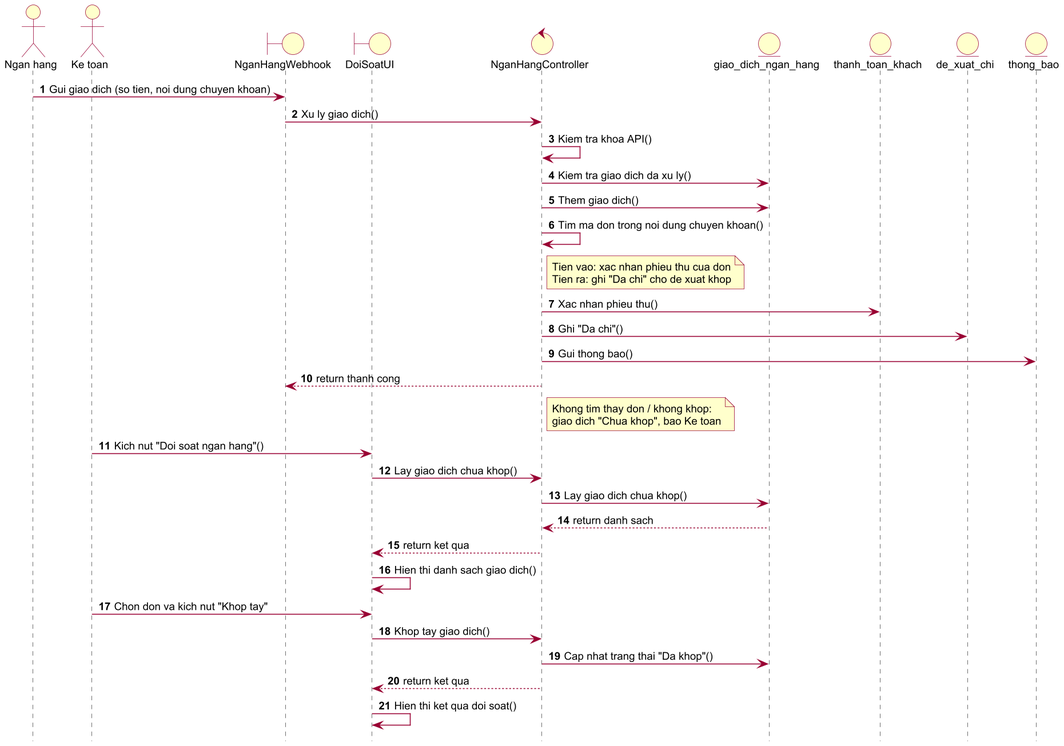
This is _hinh/puml_rose/png/seq_doi_soat.png from simunaroo/ERP, a PlantUML export, as it was before one commit.
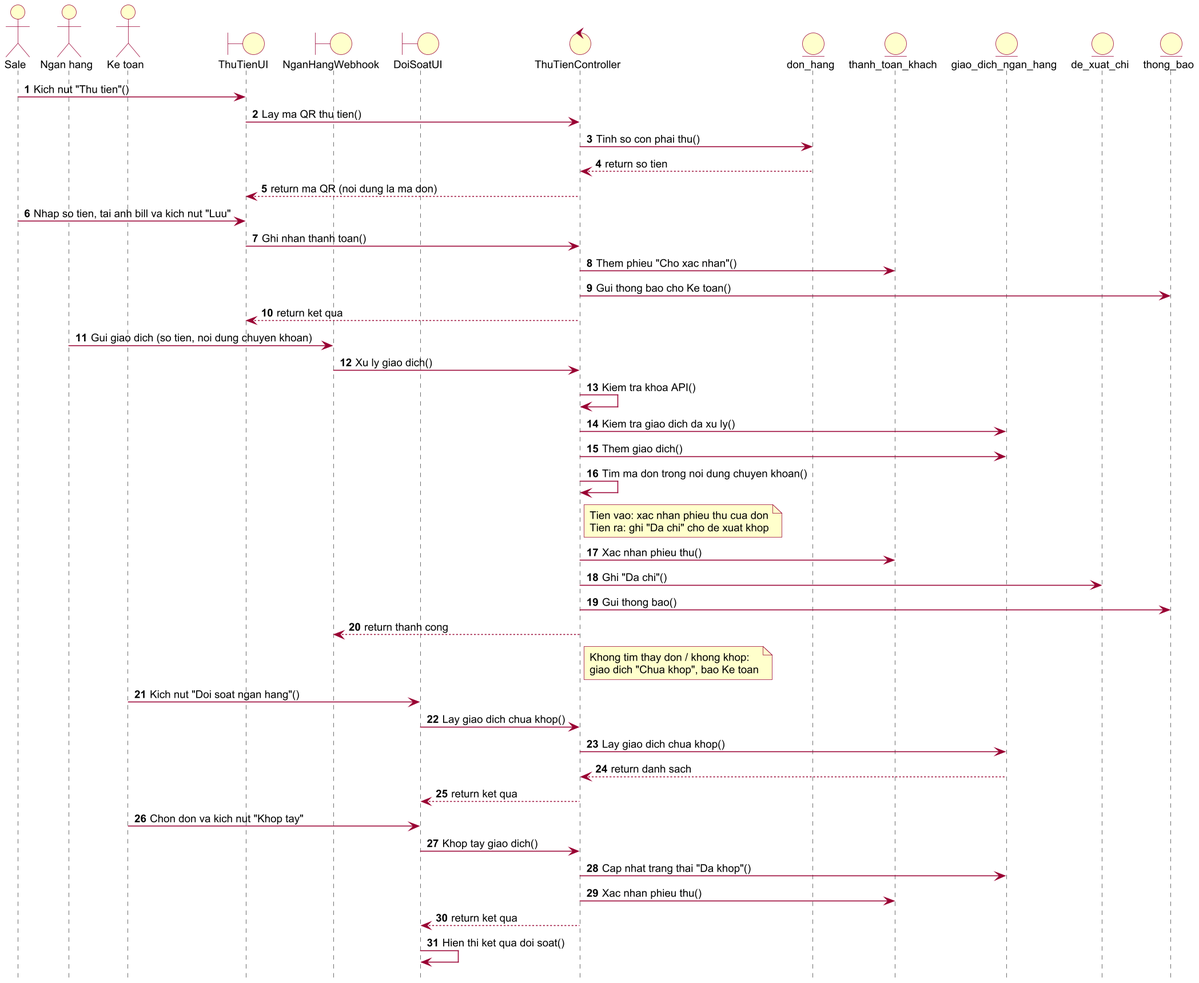
Later version of the same file.

What changed in the source:
```diff
@@ -25,15 +25,28 @@
 skinparam packageStyle rectangle
 autonumber
 hide footbox
+actor "Sale" as U
 actor "Ngan hang" as NH
 actor "Ke toan" as KT
+boundary "ThuTienUI" as UI
 boundary "NganHangWebhook" as WH
-boundary "DoiSoatUI" as UI
-control "NganHangController" as C
+boundary "DoiSoatUI" as DS
+control "ThuTienController" as C
+entity "don_hang" as DH
+entity "thanh_toan_khach" as TT
 entity "giao_dich_ngan_hang" as GD
-entity "thanh_toan_khach" as TT
 entity "de_xuat_chi" as DX
 entity "thong_bao" as TB
+U -> UI : Kich nut "Thu tien"()
+UI -> C : Lay ma QR thu tien()
+C -> DH : Tinh so con phai thu()
+DH --> C : return so tien
+C --> UI : return ma QR (noi dung la ma don)
+U -> UI : Nhap so tien, tai anh bill va kich nut "Luu"
+UI -> C : Ghi nhan thanh toan()
+C -> TT : Them phieu "Cho xac nhan"()
+C -> TB : Gui thong bao cho Ke toan()
+C --> UI : return ket qua
 NH -> WH : Gui giao dich (so tien, noi dung chuyen khoan)
 WH -> C : Xu ly giao dich()
 C -> C : Kiem tra khoa API()
@@ -52,15 +65,15 @@
 Khong tim thay don / khong khop:
 giao dich "Chua khop", bao Ke toan
 end note
-KT -> UI : Kich nut "Doi soat ngan hang"()
-UI -> C : Lay giao dich chua khop()
+KT -> DS : Kich nut "Doi soat ngan hang"()
+DS -> C : Lay giao dich chua khop()
 C -> GD : Lay giao dich chua khop()
 GD --> C : return danh sach
-C --> UI : return ket qua
-UI -> UI : Hien thi danh sach giao dich()
-KT -> UI : Chon don va kich nut "Khop tay"
-UI -> C : Khop tay giao dich()
+C --> DS : return ket qua
+KT -> DS : Chon don va kich nut "Khop tay"
+DS -> C : Khop tay giao dich()
 C -> GD : Cap nhat trang thai "Da khop"()
-C --> UI : return ket qua
-UI -> UI : Hien thi ket qua doi soat()
+C -> TT : Xac nhan phieu thu()
+C --> DS : return ket qua
+DS -> DS : Hien thi ket qua doi soat()
 @enduml
```
